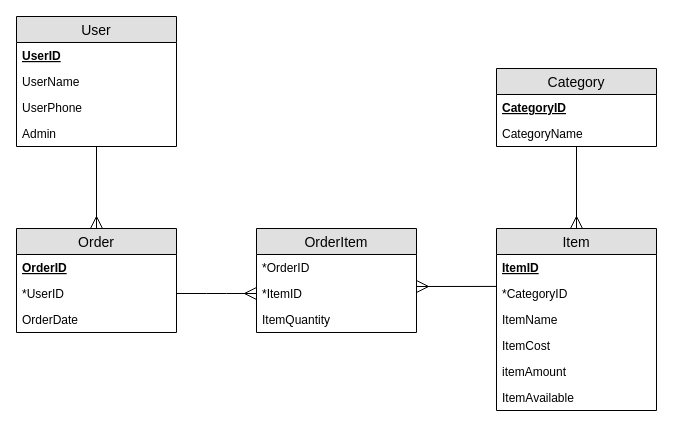
Before: ERD.drawio in SamuelJordan101/ISAD251, a draw.io diagram. Source tidied: cells renumbered, new cells numbered last; positions are measured from the earlier drawing's top-left corner, leaving out a move shared by most shapes. Both pictures are drawn from the tidied source at 100%, with x=0, y=0 at pixel (16, 16).
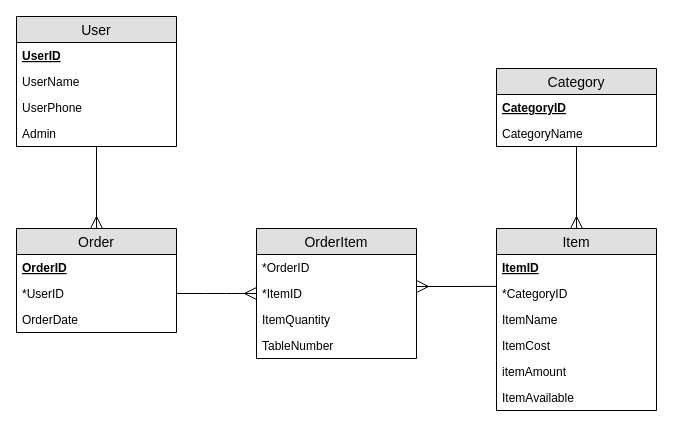
After the change.

The edit, as a diff of the source:
```diff
@@
     <mxCell id="21" value="OrderItem" style="swimlane;fontStyle=0;horizontal=1;startSize=26;fillColor=#e0e0e0;swimlaneFillColor=#ffffff;align=center;fontSize=14;" parent="1" vertex="1">
-      <mxGeometry x="240" y="212" width="160" height="104" as="geometry" />
+      <mxGeometry x="240" y="212" width="160" height="130" as="geometry" />
     </mxCell>
@@
+    <mxCell id="29" value="TableNumber" style="text;strokeColor=none;fillColor=none;spacingLeft=4;spacingRight=4;overflow=hidden;fontSize=12;" parent="21" vertex="1">
+      <mxGeometry y="104" width="160" height="26" as="geometry" />
+    </mxCell>
```
